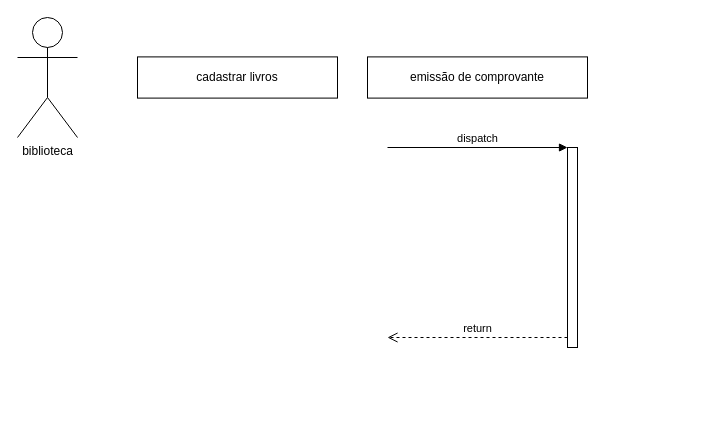
This is AnaliseSistemasII/interacao.drawio from owlprog-glitch/spiritpro, a draw.io file, before an edit. Source tidied: cells renumbered, new cells numbered last; positions are measured from the earlier drawing's top-left corner, leaving out a move shared by most shapes. Both pictures are drawn from the tidied source at 100%, with x=0, y=0 at pixel (17, 17).
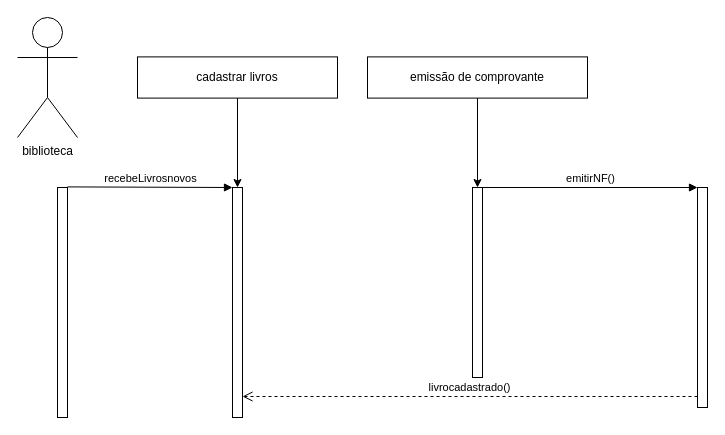
After the change.

Change to the diagram source:
```diff
@@
 <mxGraphModel>
   <root>
     <mxCell id="0" />
     <mxCell id="1" parent="0" />
     <mxCell id="2" value="biblioteca" style="shape=umlActor;verticalLabelPosition=bottom;verticalAlign=top;html=1;" parent="1" vertex="1">
       <mxGeometry width="60" height="120" as="geometry" />
     </mxCell>
+    <mxCell id="8" style="edgeStyle=orthogonalEdgeStyle;rounded=0;jettySize=auto;html=1;entryX=0.5;entryY=0;entryDx=0;entryDy=0;entryPerimeter=0;" parent="1" edge="1" source="3" target="10">
+      <mxGeometry relative="1" as="geometry" />
+    </mxCell>
     <mxCell id="3" value="cadastrar livros" style="rounded=0;whiteSpace=wrap;html=1;" parent="1" vertex="1">
       <mxGeometry x="120" y="39.4" width="200" height="41.2" as="geometry" />
     </mxCell>
+    <mxCell id="9" style="edgeStyle=orthogonalEdgeStyle;rounded=0;jettySize=auto;html=1;" parent="1" edge="1" source="4" target="13">
+      <mxGeometry relative="1" as="geometry" />
+    </mxCell>
     <mxCell id="4" value="emissão de comprovante" style="rounded=0;whiteSpace=wrap;html=1;" parent="1" vertex="1">
       <mxGeometry x="350" y="39.4" width="220" height="41.2" as="geometry" />
     </mxCell>
     <mxCell id="5" style="html=1;points=[];perimeter=orthogonalPerimeter;" parent="1" vertex="1">
-      <mxGeometry x="550" y="130" width="10" height="200" as="geometry" />
+      <mxGeometry x="680" y="170" width="10" height="220" as="geometry" />
     </mxCell>
-    <mxCell id="6" value="dispatch" style="html=1;verticalAlign=bottom;endArrow=block;entryX=0;entryY=0;" parent="1" edge="1" target="5">
-      <mxGeometry relative="1" as="geometry">
-        <mxPoint x="370" y="130" as="sourcePoint" />
-      </mxGeometry>
+    <mxCell id="6" value="emitirNF()" style="html=1;verticalAlign=bottom;endArrow=block;entryX=0;entryY=0;" parent="1" edge="1" source="13" target="5">
+      <mxGeometry relative="1" as="geometry" />
     </mxCell>
-    <mxCell id="7" value="return" style="html=1;verticalAlign=bottom;endArrow=open;dashed=1;endSize=8;exitX=0;exitY=0.95;" parent="1" edge="1" source="5">
-      <mxGeometry relative="1" as="geometry">
-        <mxPoint x="370" y="320" as="targetPoint" />
-      </mxGeometry>
+    <mxCell id="7" value="livrocadastrado()" style="html=1;verticalAlign=bottom;endArrow=open;dashed=1;endSize=8;exitX=0;exitY=0.95;" parent="1" edge="1" source="5" target="10">
+      <mxGeometry relative="1" as="geometry" />
     </mxCell>
+    <mxCell id="10" style="html=1;points=[];perimeter=orthogonalPerimeter;" parent="1" vertex="1">
+      <mxGeometry x="215" y="170" width="10" height="230" as="geometry" />
+    </mxCell>
+    <mxCell id="11" style="html=1;perimeter=orthogonalPerimeter;" parent="1" vertex="1">
+      <mxGeometry x="40" y="170" width="10" height="230" as="geometry" />
+    </mxCell>
+    <mxCell id="12" value="recebeLivrosnovos" style="html=1;verticalAlign=bottom;endArrow=block;" parent="1" edge="1" target="10">
+      <mxGeometry relative="1" as="geometry">
+        <mxPoint x="50" y="169.4" as="sourcePoint" />
+      </mxGeometry>
+    </mxCell>
+    <mxCell id="13" style="html=1;points=[];perimeter=orthogonalPerimeter;" parent="1" vertex="1">
+      <mxGeometry x="455" y="170" width="10" height="190" as="geometry" />
+    </mxCell>
   </root>
 </mxGraphModel>
```
